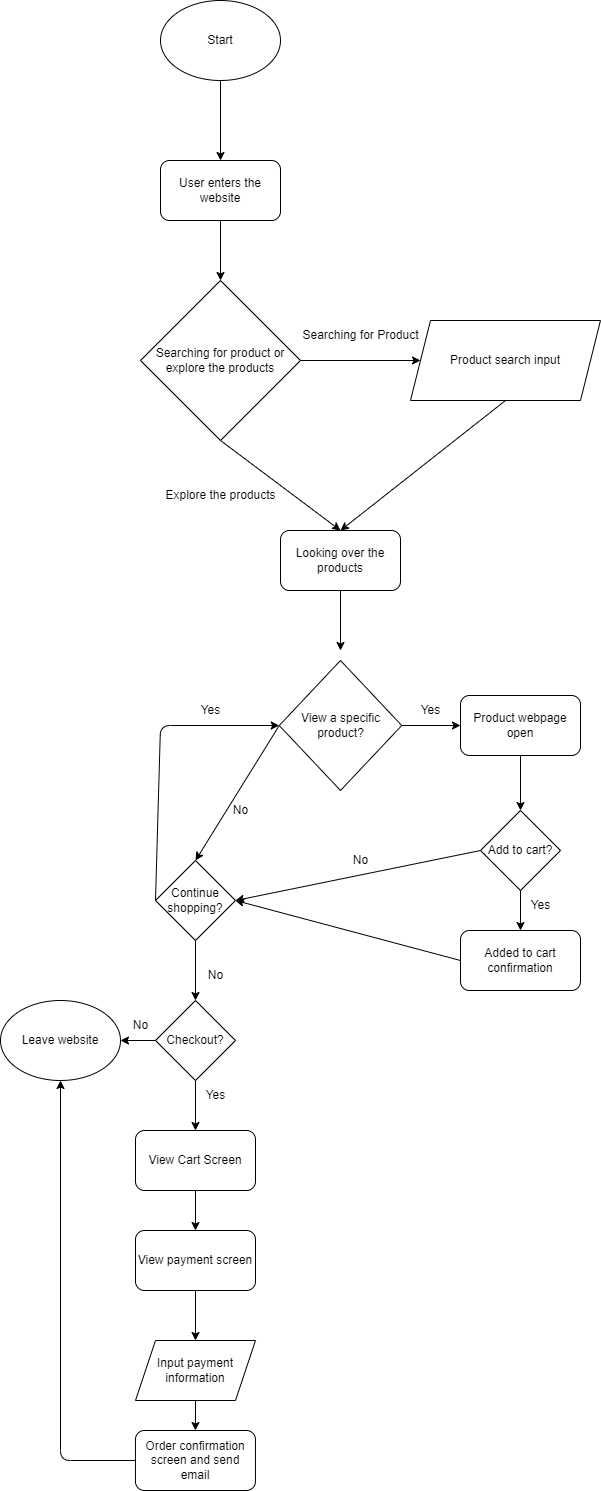
Earlier version of the draw.io export explore/diagramming/diagram.drawio.png (kenzoputraku/fa22-cse110-lab4). Source tidied: cells renumbered, new cells last; positions are measured from the earlier drawing's top-left corner, leaving out a move shared by most shapes.
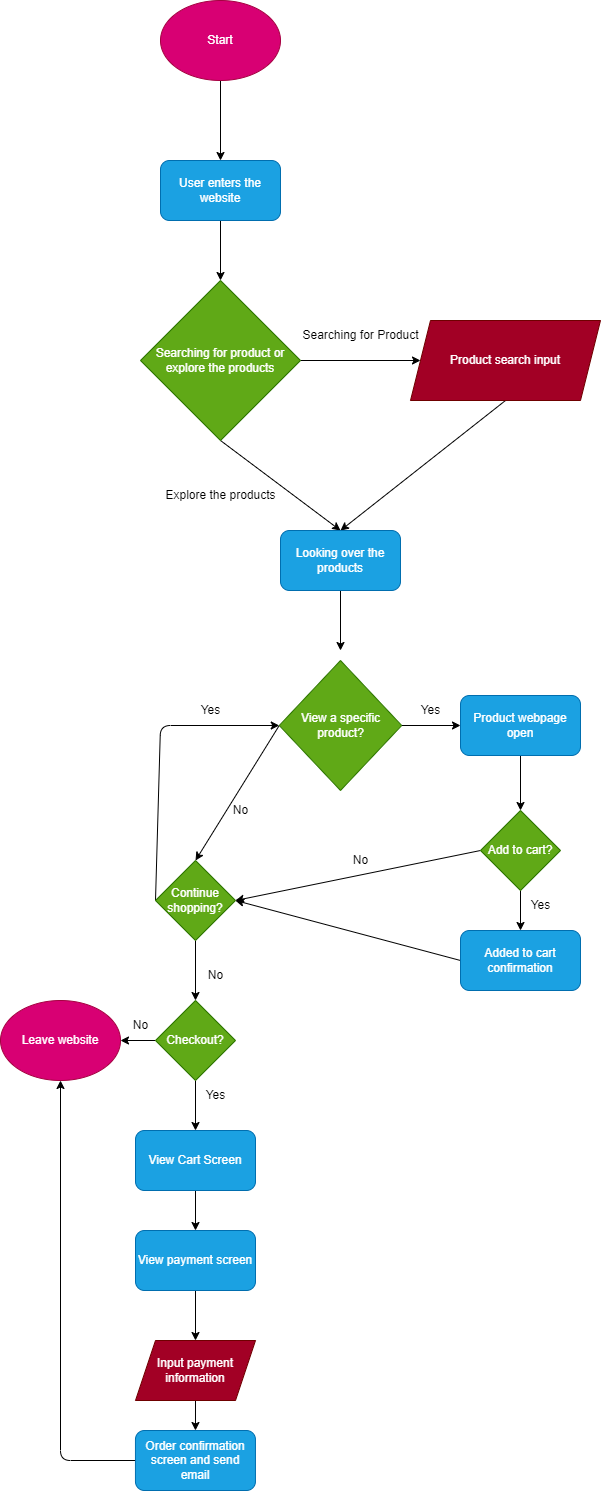
Later version of the same file.

Commit message:
input colors for diagram

The edit, as a diff of the source:
```diff
@@ -5,13 +5,13 @@
     <mxCell id="2" style="edgeStyle=none;html=1;exitX=0.5;exitY=1;exitDx=0;exitDy=0;" parent="1" edge="1" source="3" target="5">
       <mxGeometry relative="1" as="geometry" />
     </mxCell>
-    <mxCell id="3" value="Start" style="ellipse;whiteSpace=wrap;html=1;" parent="1" vertex="1">
+    <mxCell id="3" value="Start" style="ellipse;whiteSpace=wrap;html=1;fillColor=#d80073;fontColor=#ffffff;strokeColor=#A50040;" parent="1" vertex="1">
       <mxGeometry x="160" width="120" height="80" as="geometry" />
     </mxCell>
     <mxCell id="4" style="edgeStyle=none;html=1;exitX=0.5;exitY=1;exitDx=0;exitDy=0;entryX=0.5;entryY=0;entryDx=0;entryDy=0;" parent="1" edge="1" source="5" target="8">
       <mxGeometry relative="1" as="geometry" />
     </mxCell>
-    <mxCell id="5" value="User enters the website" style="rounded=1;whiteSpace=wrap;html=1;" parent="1" vertex="1">
+    <mxCell id="5" value="User enters the website" style="rounded=1;whiteSpace=wrap;html=1;fillColor=#1ba1e2;fontColor=#ffffff;strokeColor=#006EAF;" parent="1" vertex="1">
       <mxGeometry x="160" y="160" width="120" height="60" as="geometry" />
     </mxCell>
     <mxCell id="6" style="edgeStyle=none;html=1;exitX=1;exitY=0.5;exitDx=0;exitDy=0;" parent="1" edge="1" source="8" target="10">
@@ -22,13 +22,13 @@
         <mxPoint x="340" y="530" as="targetPoint" />
       </mxGeometry>
     </mxCell>
-    <mxCell id="8" value="Searching for product or explore the products" style="rhombus;whiteSpace=wrap;html=1;" parent="1" vertex="1">
+    <mxCell id="8" value="Searching for product or explore the products" style="rhombus;whiteSpace=wrap;html=1;fillColor=#60a917;fontColor=#ffffff;strokeColor=#2D7600;" parent="1" vertex="1">
       <mxGeometry x="140" y="280" width="160" height="160" as="geometry" />
     </mxCell>
     <mxCell id="9" style="edgeStyle=none;html=1;exitX=0.5;exitY=1;exitDx=0;exitDy=0;entryX=0.5;entryY=0;entryDx=0;entryDy=0;" parent="1" edge="1" source="10" target="13">
       <mxGeometry relative="1" as="geometry" />
     </mxCell>
-    <mxCell id="10" value="Product search input" style="shape=parallelogram;perimeter=parallelogramPerimeter;whiteSpace=wrap;html=1;fixedSize=1;" parent="1" vertex="1">
+    <mxCell id="10" value="Product search input" style="shape=parallelogram;perimeter=parallelogramPerimeter;whiteSpace=wrap;html=1;fixedSize=1;fillColor=#a20025;fontColor=#ffffff;strokeColor=#6F0000;" parent="1" vertex="1">
       <mxGeometry x="410" y="320" width="190" height="80" as="geometry" />
     </mxCell>
     <mxCell id="11" value="Searching for Product&lt;br&gt;" style="text;html=1;align=center;verticalAlign=middle;strokeColor=none;fillColor=none;" parent="1" vertex="1">
@@ -39,7 +39,7 @@
         <mxPoint x="340" y="650" as="targetPoint" />
       </mxGeometry>
     </mxCell>
-    <mxCell id="13" value="Looking over the products" style="rounded=1;whiteSpace=wrap;html=1;" parent="1" vertex="1">
+    <mxCell id="13" value="Looking over the products" style="rounded=1;whiteSpace=wrap;html=1;fillColor=#1ba1e2;fontColor=#ffffff;strokeColor=#006EAF;" parent="1" vertex="1">
       <mxGeometry x="280" y="530" width="120" height="60" as="geometry" />
     </mxCell>
     <mxCell id="14" value="Explore the products&lt;br&gt;" style="text;html=1;align=center;verticalAlign=middle;strokeColor=none;fillColor=none;" parent="1" vertex="1">
@@ -51,7 +51,7 @@
     <mxCell id="16" style="edgeStyle=none;html=1;exitX=0;exitY=0.5;exitDx=0;exitDy=0;entryX=0.5;entryY=0;entryDx=0;entryDy=0;" parent="1" edge="1" source="17" target="20">
       <mxGeometry relative="1" as="geometry" />
     </mxCell>
-    <mxCell id="17" value="View a specific product?" style="rhombus;whiteSpace=wrap;html=1;" parent="1" vertex="1">
+    <mxCell id="17" value="View a specific product?" style="rhombus;whiteSpace=wrap;html=1;fillColor=#60a917;fontColor=#ffffff;strokeColor=#2D7600;" parent="1" vertex="1">
       <mxGeometry x="278.8" y="660" width="122.5" height="130" as="geometry" />
     </mxCell>
     <mxCell id="18" style="edgeStyle=none;html=1;exitX=0;exitY=0.5;exitDx=0;exitDy=0;entryX=0;entryY=0.5;entryDx=0;entryDy=0;" parent="1" edge="1" source="20" target="17">
@@ -64,13 +64,13 @@
     <mxCell id="19" style="edgeStyle=none;html=1;exitX=0.5;exitY=1;exitDx=0;exitDy=0;entryX=0.5;entryY=0;entryDx=0;entryDy=0;" parent="1" edge="1" source="20" target="29">
       <mxGeometry relative="1" as="geometry" />
     </mxCell>
-    <mxCell id="20" value="Continue shopping?" style="rhombus;whiteSpace=wrap;html=1;" parent="1" vertex="1">
+    <mxCell id="20" value="Continue shopping?" style="rhombus;whiteSpace=wrap;html=1;fillColor=#60a917;fontColor=#ffffff;strokeColor=#2D7600;" parent="1" vertex="1">
       <mxGeometry x="155" y="860" width="80" height="80" as="geometry" />
     </mxCell>
     <mxCell id="21" style="edgeStyle=none;html=1;exitX=0.5;exitY=1;exitDx=0;exitDy=0;" parent="1" edge="1" source="22" target="26">
       <mxGeometry relative="1" as="geometry" />
     </mxCell>
-    <mxCell id="22" value="Product webpage open" style="rounded=1;whiteSpace=wrap;html=1;" parent="1" vertex="1">
+    <mxCell id="22" value="Product webpage open" style="rounded=1;whiteSpace=wrap;html=1;fillColor=#1ba1e2;fontColor=#ffffff;strokeColor=#006EAF;" parent="1" vertex="1">
       <mxGeometry x="460" y="695" width="120" height="60" as="geometry" />
     </mxCell>
     <mxCell id="23" value="Yes&lt;br&gt;" style="text;html=1;align=center;verticalAlign=middle;strokeColor=none;fillColor=none;" parent="1" vertex="1">
@@ -82,7 +82,7 @@
     <mxCell id="25" style="edgeStyle=none;html=1;exitX=0;exitY=0.5;exitDx=0;exitDy=0;entryX=1;entryY=0.5;entryDx=0;entryDy=0;" parent="1" edge="1" source="26" target="20">
       <mxGeometry relative="1" as="geometry" />
     </mxCell>
-    <mxCell id="26" value="Add to cart?" style="rhombus;whiteSpace=wrap;html=1;" parent="1" vertex="1">
+    <mxCell id="26" value="Add to cart?" style="rhombus;whiteSpace=wrap;html=1;fillColor=#60a917;fontColor=#ffffff;strokeColor=#2D7600;" parent="1" vertex="1">
       <mxGeometry x="480" y="810" width="80" height="80" as="geometry" />
     </mxCell>
     <mxCell id="27" style="edgeStyle=none;html=1;exitX=0;exitY=0.5;exitDx=0;exitDy=0;entryX=1;entryY=0.5;entryDx=0;entryDy=0;" parent="1" edge="1" source="29" target="33">
@@ -91,7 +91,7 @@
     <mxCell id="28" style="edgeStyle=none;html=1;exitX=0.5;exitY=1;exitDx=0;exitDy=0;" parent="1" edge="1" source="29" target="36">
       <mxGeometry relative="1" as="geometry" />
     </mxCell>
-    <mxCell id="29" value="Checkout?" style="rhombus;whiteSpace=wrap;html=1;" parent="1" vertex="1">
+    <mxCell id="29" value="Checkout?" style="rhombus;whiteSpace=wrap;html=1;fillColor=#60a917;fontColor=#ffffff;strokeColor=#2D7600;" parent="1" vertex="1">
       <mxGeometry x="155" y="1000" width="80" height="80" as="geometry" />
     </mxCell>
     <mxCell id="30" value="No&lt;br&gt;" style="text;html=1;align=center;verticalAlign=middle;strokeColor=none;fillColor=none;" parent="1" vertex="1">
@@ -103,7 +103,7 @@
     <mxCell id="32" value="No&lt;br&gt;" style="text;html=1;align=center;verticalAlign=middle;strokeColor=none;fillColor=none;" parent="1" vertex="1">
       <mxGeometry x="195" y="960" width="40" height="30" as="geometry" />
     </mxCell>
-    <mxCell id="33" value="Leave website" style="ellipse;whiteSpace=wrap;html=1;" parent="1" vertex="1">
+    <mxCell id="33" value="Leave website" style="ellipse;whiteSpace=wrap;html=1;fillColor=#d80073;fontColor=#ffffff;strokeColor=#A50040;" parent="1" vertex="1">
       <mxGeometry y="1000" width="120" height="80" as="geometry" />
     </mxCell>
     <mxCell id="34" value="No&lt;br&gt;" style="text;html=1;align=center;verticalAlign=middle;strokeColor=none;fillColor=none;" parent="1" vertex="1">
@@ -112,19 +112,19 @@
     <mxCell id="35" style="edgeStyle=none;html=1;exitX=0.5;exitY=1;exitDx=0;exitDy=0;entryX=0.5;entryY=0;entryDx=0;entryDy=0;" parent="1" edge="1" source="36" target="38">
       <mxGeometry relative="1" as="geometry" />
     </mxCell>
-    <mxCell id="36" value="View Cart Screen" style="rounded=1;whiteSpace=wrap;html=1;" parent="1" vertex="1">
+    <mxCell id="36" value="View Cart Screen" style="rounded=1;whiteSpace=wrap;html=1;fillColor=#1ba1e2;fontColor=#ffffff;strokeColor=#006EAF;" parent="1" vertex="1">
       <mxGeometry x="135" y="1130" width="120" height="60" as="geometry" />
     </mxCell>
     <mxCell id="37" style="edgeStyle=none;html=1;exitX=0.5;exitY=1;exitDx=0;exitDy=0;" parent="1" edge="1" source="38" target="40">
       <mxGeometry relative="1" as="geometry" />
     </mxCell>
-    <mxCell id="38" value="View payment screen" style="rounded=1;whiteSpace=wrap;html=1;" parent="1" vertex="1">
+    <mxCell id="38" value="View payment screen" style="rounded=1;whiteSpace=wrap;html=1;fillColor=#1ba1e2;fontColor=#ffffff;strokeColor=#006EAF;" parent="1" vertex="1">
       <mxGeometry x="135" y="1230" width="120" height="60" as="geometry" />
     </mxCell>
     <mxCell id="39" style="edgeStyle=none;html=1;exitX=0.5;exitY=1;exitDx=0;exitDy=0;" parent="1" edge="1" source="40" target="42">
       <mxGeometry relative="1" as="geometry" />
     </mxCell>
-    <mxCell id="40" value="Input payment information" style="shape=parallelogram;perimeter=parallelogramPerimeter;whiteSpace=wrap;html=1;fixedSize=1;" parent="1" vertex="1">
+    <mxCell id="40" value="Input payment information" style="shape=parallelogram;perimeter=parallelogramPerimeter;whiteSpace=wrap;html=1;fixedSize=1;fillColor=#a20025;fontColor=#ffffff;strokeColor=#6F0000;" parent="1" vertex="1">
       <mxGeometry x="135" y="1340" width="120" height="60" as="geometry" />
     </mxCell>
     <mxCell id="41" style="edgeStyle=none;html=1;exitX=0;exitY=0.5;exitDx=0;exitDy=0;entryX=0.5;entryY=1;entryDx=0;entryDy=0;" parent="1" edge="1" source="42" target="33">
@@ -134,13 +134,13 @@
         </Array>
       </mxGeometry>
     </mxCell>
-    <mxCell id="42" value="Order confirmation screen and send email" style="rounded=1;whiteSpace=wrap;html=1;" parent="1" vertex="1">
+    <mxCell id="42" value="Order confirmation screen and send email" style="rounded=1;whiteSpace=wrap;html=1;fillColor=#1ba1e2;fontColor=#ffffff;strokeColor=#006EAF;" parent="1" vertex="1">
       <mxGeometry x="134.9" y="1430" width="120" height="60" as="geometry" />
     </mxCell>
     <mxCell id="43" style="edgeStyle=none;html=1;exitX=0;exitY=0.5;exitDx=0;exitDy=0;entryX=1;entryY=0.5;entryDx=0;entryDy=0;" parent="1" edge="1" source="44" target="20">
       <mxGeometry relative="1" as="geometry" />
     </mxCell>
-    <mxCell id="44" value="Added to cart confirmation" style="rounded=1;whiteSpace=wrap;html=1;" parent="1" vertex="1">
+    <mxCell id="44" value="Added to cart confirmation" style="rounded=1;whiteSpace=wrap;html=1;fillColor=#1ba1e2;fontColor=#ffffff;strokeColor=#006EAF;" parent="1" vertex="1">
       <mxGeometry x="460" y="930" width="120" height="60" as="geometry" />
     </mxCell>
     <mxCell id="45" value="Yes" style="text;html=1;align=center;verticalAlign=middle;strokeColor=none;fillColor=none;" parent="1" vertex="1">
```
